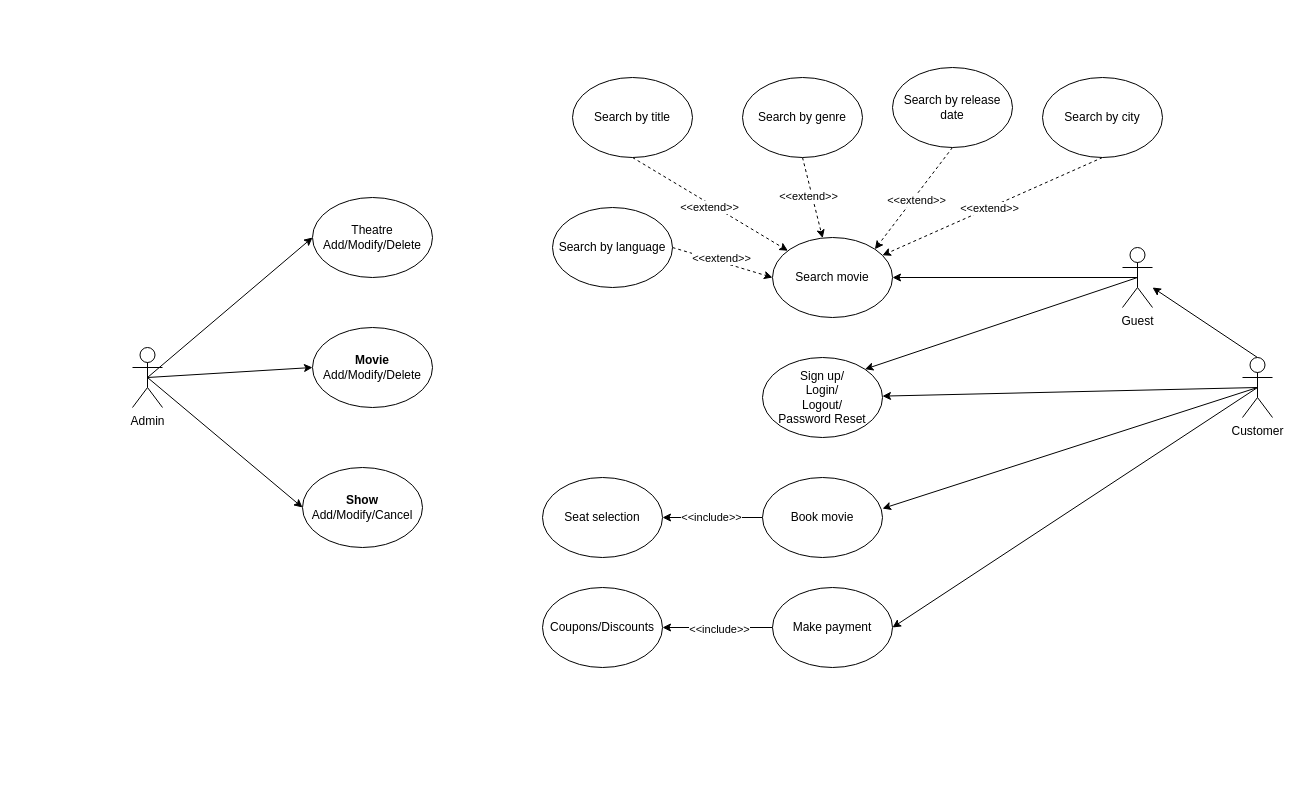
This is movie-ticket-booking-use-case-diag.drawio from vaibhavsonar/use-case-studies, a draw.io file, before an edit. Source tidied: cells renumbered, new cells numbered last; positions are measured from the earlier drawing's top-left corner, leaving out a move shared by most shapes. Both pictures are drawn from the tidied source at 100%, with x=0, y=0 at pixel (132, 67).
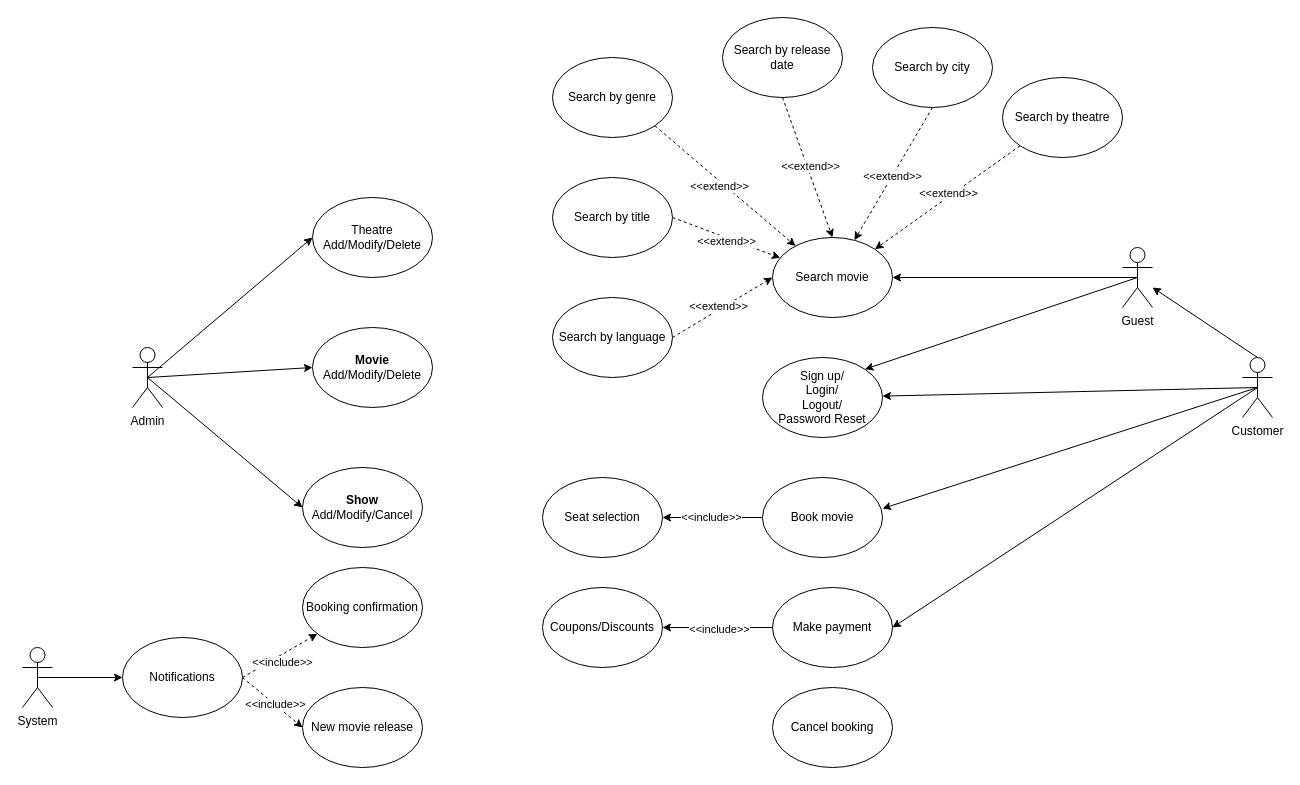
After the change.

The change refers to these unchanged cells:
```xml
<mxCell id="11" value="Search movie" style="ellipse;whiteSpace=wrap;html=1;" parent="1" vertex="1">
  <mxGeometry x="640" y="170" width="120" height="80" as="geometry" />
</mxCell>
```

Diff of the diagram source:
```diff
@@
-    <mxCell id="13" style="rounded=0;jettySize=auto;html=1;exitX=0.5;exitY=1;exitDx=0;exitDy=0;dashed=1;" parent="1" edge="1" source="15" target="11">
+    <mxCell id="13" style="rounded=0;jettySize=auto;html=1;exitX=1;exitY=0.5;exitDx=0;exitDy=0;dashed=1;" parent="1" edge="1" source="15" target="11">
       <mxGeometry relative="1" as="geometry" />
     </mxCell>
@@
     <mxCell id="15" value="Search by title" style="ellipse;whiteSpace=wrap;html=1;" parent="1" vertex="1">
-      <mxGeometry x="440" y="10" width="120" height="80" as="geometry" />
+      <mxGeometry x="420" y="110" width="120" height="80" as="geometry" />
     </mxCell>
-    <mxCell id="16" style="rounded=0;jettySize=auto;html=1;exitX=0.5;exitY=1;exitDx=0;exitDy=0;dashed=1;" parent="1" edge="1" source="18" target="11">
+    <mxCell id="16" style="rounded=0;jettySize=auto;html=1;exitX=1;exitY=1;exitDx=0;exitDy=0;dashed=1;" parent="1" edge="1" source="18" target="11">
       <mxGeometry relative="1" as="geometry" />
     </mxCell>
@@
     <mxCell id="18" value="Search by genre" style="ellipse;whiteSpace=wrap;html=1;" parent="1" vertex="1">
-      <mxGeometry x="610" y="10" width="120" height="80" as="geometry" />
+      <mxGeometry x="420" y="-10" width="120" height="80" as="geometry" />
     </mxCell>
-    <mxCell id="19" style="rounded=0;jettySize=auto;html=1;exitX=0.5;exitY=1;exitDx=0;exitDy=0;entryX=1;entryY=0;entryDx=0;entryDy=0;dashed=1;" parent="1" edge="1" source="21" target="11">
+    <mxCell id="19" style="rounded=0;jettySize=auto;html=1;exitX=0.5;exitY=1;exitDx=0;exitDy=0;entryX=0.5;entryY=0;entryDx=0;entryDy=0;dashed=1;" parent="1" edge="1" source="21" target="11">
       <mxGeometry relative="1" as="geometry" />
     </mxCell>
@@
     <mxCell id="21" value="Search by release date" style="ellipse;whiteSpace=wrap;html=1;" parent="1" vertex="1">
-      <mxGeometry x="760" width="120" height="80" as="geometry" />
+      <mxGeometry x="590" y="-50" width="120" height="80" as="geometry" />
     </mxCell>
@@
     <mxCell id="24" value="Search by language" style="ellipse;whiteSpace=wrap;html=1;" parent="1" vertex="1">
-      <mxGeometry x="420" y="140" width="120" height="80" as="geometry" />
+      <mxGeometry x="420" y="230" width="120" height="80" as="geometry" />
     </mxCell>
@@
     <mxCell id="28" value="Search by city" style="ellipse;whiteSpace=wrap;html=1;" parent="1" vertex="1">
-      <mxGeometry x="910" y="10" width="120" height="80" as="geometry" />
+      <mxGeometry x="740" y="-40" width="120" height="80" as="geometry" />
     </mxCell>
@@
+    <mxCell id="42" style="rounded=0;jettySize=auto;html=1;exitX=0.5;exitY=0.5;exitDx=0;exitDy=0;exitPerimeter=0;entryX=0;entryY=0.5;entryDx=0;entryDy=0;" parent="1" edge="1" source="43" target="48">
+      <mxGeometry relative="1" as="geometry" />
+    </mxCell>
+    <mxCell id="43" value="System" style="shape=umlActor;verticalLabelPosition=bottom;verticalAlign=top;html=1;outlineConnect=0;" parent="1" vertex="1">
+      <mxGeometry x="-110" y="580" width="30" height="60" as="geometry" />
+    </mxCell>
+    <mxCell id="44" style="rounded=0;jettySize=auto;html=1;exitX=1;exitY=0.5;exitDx=0;exitDy=0;dashed=1;" parent="1" edge="1" source="48" target="49">
+      <mxGeometry relative="1" as="geometry" />
+    </mxCell>
+    <mxCell id="45" value="&amp;lt;&amp;lt;include&amp;gt;&amp;gt;" style="edgeLabel;html=1;align=center;verticalAlign=middle;" parent="44" vertex="1">
+      <mxGeometry x="-0.02" y="-6" relative="1" as="geometry" />
+    </mxCell>
+    <mxCell id="46" style="rounded=0;jettySize=auto;html=1;exitX=1;exitY=0.5;exitDx=0;exitDy=0;entryX=0;entryY=0.5;entryDx=0;entryDy=0;dashed=1;" parent="1" edge="1" source="48" target="50">
+      <mxGeometry relative="1" as="geometry" />
+    </mxCell>
+    <mxCell id="47" value="&amp;lt;&amp;lt;include&amp;gt;&amp;gt;" style="edgeLabel;html=1;align=center;verticalAlign=middle;" parent="46" vertex="1">
+      <mxGeometry x="0.08" y="1" relative="1" as="geometry" />
+    </mxCell>
+    <mxCell id="48" value="Notifications" style="ellipse;whiteSpace=wrap;html=1;" parent="1" vertex="1">
+      <mxGeometry x="-10" y="570" width="120" height="80" as="geometry" />
+    </mxCell>
+    <mxCell id="49" value="Booking confirmation" style="ellipse;whiteSpace=wrap;html=1;" parent="1" vertex="1">
+      <mxGeometry x="170" y="500" width="120" height="80" as="geometry" />
+    </mxCell>
+    <mxCell id="50" value="New movie release" style="ellipse;whiteSpace=wrap;html=1;" parent="1" vertex="1">
+      <mxGeometry x="170" y="620" width="120" height="80" as="geometry" />
+    </mxCell>
+    <mxCell id="51" value="Cancel booking" style="ellipse;whiteSpace=wrap;html=1;" parent="1" vertex="1">
+      <mxGeometry x="640" y="620" width="120" height="80" as="geometry" />
+    </mxCell>
+    <mxCell id="52" style="rounded=0;jettySize=auto;html=1;exitX=0;exitY=1;exitDx=0;exitDy=0;entryX=1;entryY=0;entryDx=0;entryDy=0;dashed=1;" parent="1" edge="1" source="54" target="11">
+      <mxGeometry relative="1" as="geometry" />
+    </mxCell>
+    <mxCell id="53" value="&amp;lt;&amp;lt;extend&amp;gt;&amp;gt;" style="edgeLabel;html=1;align=center;verticalAlign=middle;" parent="52" vertex="1">
+      <mxGeometry x="-0.03" y="-3" relative="1" as="geometry" />
+    </mxCell>
+    <mxCell id="54" value="Search by theatre" style="ellipse;whiteSpace=wrap;html=1;" parent="1" vertex="1">
+      <mxGeometry x="870" y="10" width="120" height="80" as="geometry" />
+    </mxCell>
```
